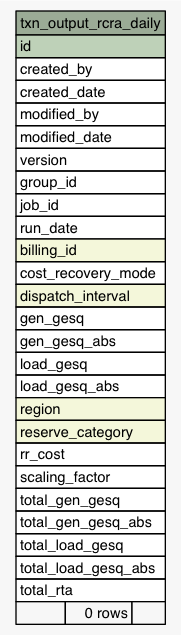
Before: Data/settlement/diagrams/summary/txn_output_rcra_daily.1degree.png, a diagram exported from Graphviz (eyana-m/python-data-dictionary-writer). Its source is kept beside it as Data/settlement/diagrams/summary/txn_output_rcra_daily.1degree.dot. Source of this version:
```dot
digraph "txn_output_rcra_daily" {
  graph [
    rankdir="RL"
    bgcolor="#f7f7f7"
    nodesep="0.18"
    ranksep="0.46"
    fontname="Helvetica"
    fontsize="11"
  ];
  node [
    fontname="Helvetica"
    fontsize="11"
    shape="plaintext"
  ];
  edge [
    arrowsize="0.8"
  ];
  "txn_output_rcra_daily" [
    label=<
    <TABLE BORDER="0" CELLBORDER="1" CELLSPACING="0" BGCOLOR="#ffffff">
      <TR><TD COLSPAN="3" BGCOLOR="#9bab96" ALIGN="CENTER">txn_output_rcra_daily</TD></TR>
      <TR><TD PORT="id" COLSPAN="3" BGCOLOR="#bed1b8" ALIGN="LEFT">id</TD></TR>
      <TR><TD PORT="created_by" COLSPAN="3" ALIGN="LEFT">created_by</TD></TR>
      <TR><TD PORT="created_date" COLSPAN="3" ALIGN="LEFT">created_date</TD></TR>
      <TR><TD PORT="modified_by" COLSPAN="3" ALIGN="LEFT">modified_by</TD></TR>
      <TR><TD PORT="modified_date" COLSPAN="3" ALIGN="LEFT">modified_date</TD></TR>
      <TR><TD PORT="version" COLSPAN="3" ALIGN="LEFT">version</TD></TR>
      <TR><TD PORT="group_id" COLSPAN="3" ALIGN="LEFT">group_id</TD></TR>
      <TR><TD PORT="job_id" COLSPAN="3" ALIGN="LEFT">job_id</TD></TR>
      <TR><TD PORT="run_date" COLSPAN="3" ALIGN="LEFT">run_date</TD></TR>
      <TR><TD PORT="billing_id" COLSPAN="3" BGCOLOR="#f4f7da" ALIGN="LEFT">billing_id</TD></TR>
      <TR><TD PORT="cost_recovery_mode" COLSPAN="3" ALIGN="LEFT">cost_recovery_mode</TD></TR>
      <TR><TD PORT="dispatch_interval" COLSPAN="3" BGCOLOR="#f4f7da" ALIGN="LEFT">dispatch_interval</TD></TR>
      <TR><TD PORT="gen_gesq" COLSPAN="3" ALIGN="LEFT">gen_gesq</TD></TR>
      <TR><TD PORT="gen_gesq_abs" COLSPAN="3" ALIGN="LEFT">gen_gesq_abs</TD></TR>
      <TR><TD PORT="load_gesq" COLSPAN="3" ALIGN="LEFT">load_gesq</TD></TR>
      <TR><TD PORT="load_gesq_abs" COLSPAN="3" ALIGN="LEFT">load_gesq_abs</TD></TR>
      <TR><TD PORT="region" COLSPAN="3" BGCOLOR="#f4f7da" ALIGN="LEFT">region</TD></TR>
      <TR><TD PORT="reserve_category" COLSPAN="3" BGCOLOR="#f4f7da" ALIGN="LEFT">reserve_category</TD></TR>
      <TR><TD PORT="rr_cost" COLSPAN="3" ALIGN="LEFT">rr_cost</TD></TR>
      <TR><TD PORT="scaling_factor" COLSPAN="3" ALIGN="LEFT">scaling_factor</TD></TR>
      <TR><TD PORT="total_gen_gesq" COLSPAN="3" ALIGN="LEFT">total_gen_gesq</TD></TR>
      <TR><TD PORT="total_gen_gesq_abs" COLSPAN="3" ALIGN="LEFT">total_gen_gesq_abs</TD></TR>
      <TR><TD PORT="total_load_gesq" COLSPAN="3" ALIGN="LEFT">total_load_gesq</TD></TR>
      <TR><TD PORT="total_load_gesq_abs" COLSPAN="3" ALIGN="LEFT">total_load_gesq_abs</TD></TR>
      <TR><TD PORT="total_rta" COLSPAN="3" ALIGN="LEFT">total_rta</TD></TR>
      <TR><TD ALIGN="LEFT" BGCOLOR="#f7f7f7">  </TD><TD ALIGN="RIGHT" BGCOLOR="#f7f7f7">0 rows</TD><TD ALIGN="RIGHT" BGCOLOR="#f7f7f7">  </TD></TR>
    </TABLE>>
    URL="tables/txn_output_rcra_daily.html"
    tooltip="txn_output_rcra_daily"
  ];
}
```
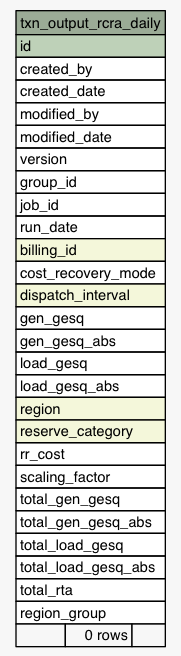
Later version of the same file.

Diff of the diagram source:
```diff
@@ -44,6 +44,7 @@
       <TR><TD PORT="total_load_gesq" COLSPAN="3" ALIGN="LEFT">total_load_gesq</TD></TR>
       <TR><TD PORT="total_load_gesq_abs" COLSPAN="3" ALIGN="LEFT">total_load_gesq_abs</TD></TR>
       <TR><TD PORT="total_rta" COLSPAN="3" ALIGN="LEFT">total_rta</TD></TR>
+      <TR><TD PORT="region_group" COLSPAN="3" ALIGN="LEFT">region_group</TD></TR>
       <TR><TD ALIGN="LEFT" BGCOLOR="#f7f7f7">  </TD><TD ALIGN="RIGHT" BGCOLOR="#f7f7f7">0 rows</TD><TD ALIGN="RIGHT" BGCOLOR="#f7f7f7">  </TD></TR>
     </TABLE>>
     URL="tables/txn_output_rcra_daily.html"
```
